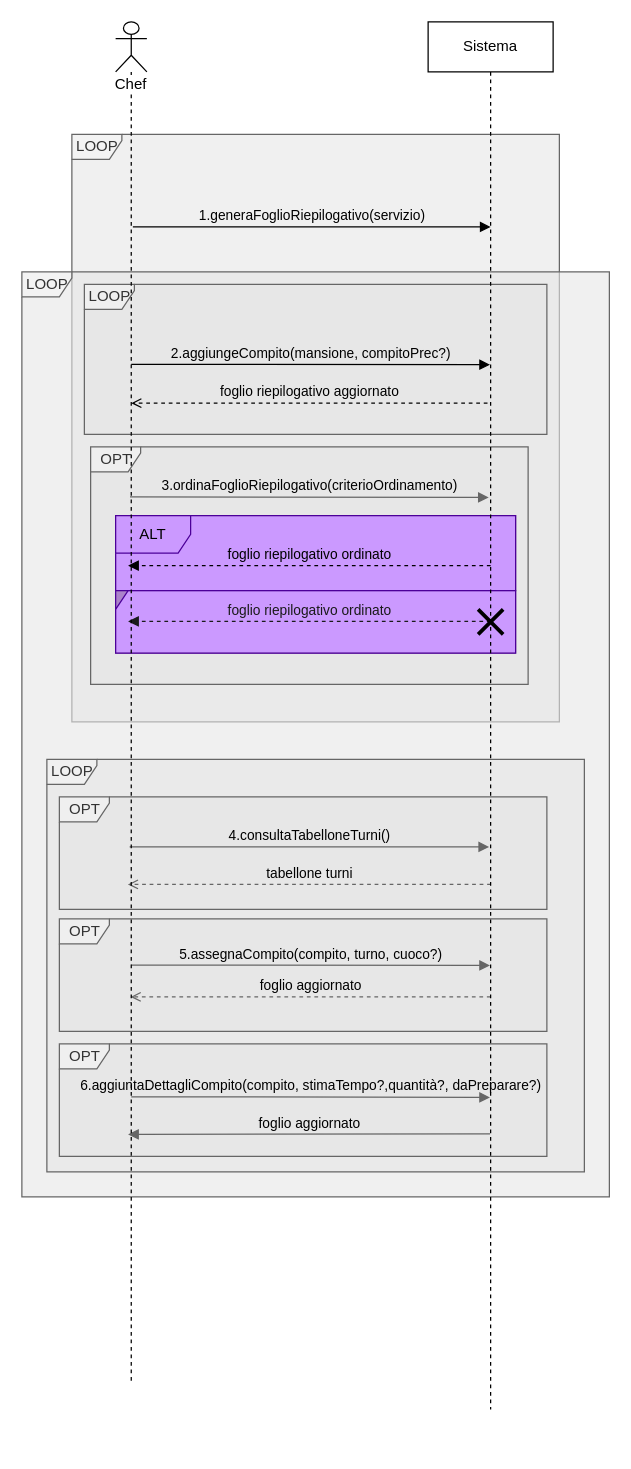
This is Modellazione_business_requisiti/SSD/SSD_estensioni_eccezioni_passo_3.drawio from Giacca01/CateRingProject, a draw.io file, before an edit. Source tidied: cells renumbered, new cells numbered last; positions are measured from the earlier drawing's top-left corner, leaving out a move shared by most shapes. Both pictures are drawn from the tidied source at 125%, with x=0, y=0 at pixel (21, 21).
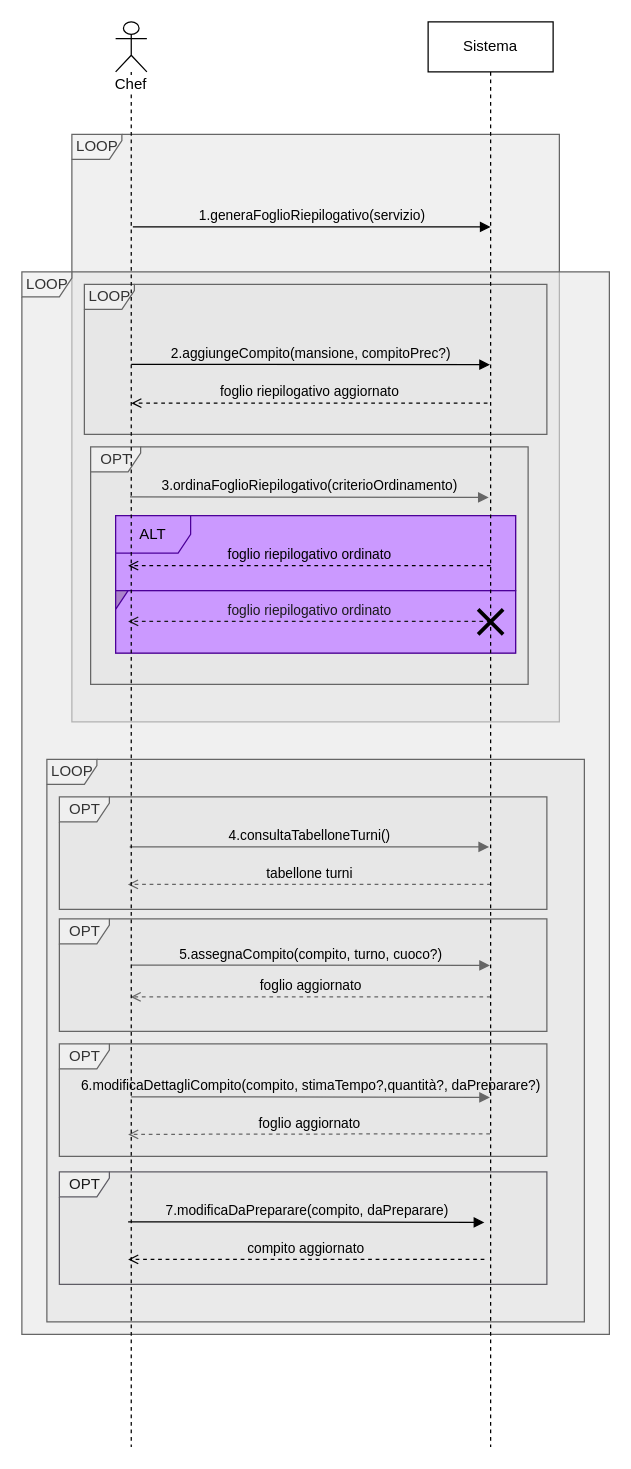
Above is the later version.

Unchanged cells that the change refers to:
```xml
<mxCell id="20" style="group;fillColor=#CC99FF;strokeColor=#9673A6;" parent="1" vertex="1">
  <mxGeometry x="75" y="395" width="320" height="110" as="geometry" />
</mxCell>
```

The edit, as a diff of the source:
```diff
@@
     <mxCell id="4" value="LOOP" style="shape=umlFrame;tabWidth=110;tabHeight=30;tabPosition=left;html=1;boundedLbl=1;labelInHeader=1;width=40;height=20;swimlaneFillColor=#E6E6E6;fillColor=#f5f5f5;strokeColor=#666666;fillOpacity=60;fontColor=#333333;" parent="1" vertex="1">
-      <mxGeometry y="200" width="470" height="740" as="geometry" />
+      <mxGeometry y="200" width="470" height="850" as="geometry" />
     </mxCell>
     <mxCell id="5" value="LOOP" style="shape=umlFrame;tabWidth=110;tabHeight=30;tabPosition=left;html=1;boundedLbl=1;labelInHeader=1;width=40;height=20;swimlaneFillColor=#E6E6E6;fillColor=#f5f5f5;strokeColor=#666666;fillOpacity=60;fontColor=#333333;" parent="1" vertex="1">
-      <mxGeometry x="20" y="590" width="430" height="330" as="geometry" />
+      <mxGeometry x="20" y="590" width="430" height="450" as="geometry" />
     </mxCell>
@@
-    <mxCell id="13" value="6.aggiuntaDettagliCompito(compito, stimaTempo?,quantità?, daPreparare?)" style="html=1;verticalAlign=bottom;endArrow=block;edgeStyle=elbowEdgeStyle;elbow=horizontal;curved=0;rounded=0;labelBackgroundColor=none;fillColor=#f5f5f5;strokeColor=#666666;" parent="1" edge="1">
+    <mxCell id="13" value="6.modificaDettagliCompito(compito, stimaTempo?,quantità?, daPreparare?)" style="html=1;verticalAlign=bottom;endArrow=block;edgeStyle=elbowEdgeStyle;elbow=horizontal;curved=0;rounded=0;labelBackgroundColor=none;fillColor=#f5f5f5;strokeColor=#666666;" parent="1" edge="1">
       <mxGeometry relative="1" as="geometry">
         <mxPoint x="87.5" y="860" as="sourcePoint" />
         <mxPoint x="374.5" y="860.4" as="targetPoint" />
         <Array as="points">
           <mxPoint x="183" y="860.4" />
         </Array>
       </mxGeometry>
     </mxCell>
-    <mxCell id="14" value="foglio aggiornato" style="html=1;verticalAlign=bottom;endArrow=block;edgeStyle=elbowEdgeStyle;elbow=vertical;curved=0;rounded=0;labelBackgroundColor=none;fillColor=#f5f5f5;strokeColor=#666666;" parent="1" edge="1">
+    <mxCell id="14" value="foglio aggiornato" style="html=1;verticalAlign=bottom;endArrow=open;edgeStyle=elbowEdgeStyle;elbow=vertical;curved=0;rounded=0;labelBackgroundColor=none;fillColor=#f5f5f5;strokeColor=#666666;endFill=0;dashed=1;" parent="1" edge="1">
       <mxGeometry relative="1" as="geometry">
         <mxPoint x="374.5" y="889.5" as="sourcePoint" />
         <mxPoint x="85" y="890" as="targetPoint" />
       </mxGeometry>
     </mxCell>
@@
-    <mxCell id="23" value="foglio riepilogativo ordinato" style="html=1;verticalAlign=bottom;endArrow=block;edgeStyle=elbowEdgeStyle;elbow=vertical;curved=0;rounded=0;labelBackgroundColor=none;dashed=1;" parent="20" edge="1">
+    <mxCell id="23" value="foglio riepilogativo ordinato" style="html=1;verticalAlign=bottom;endArrow=open;edgeStyle=elbowEdgeStyle;elbow=vertical;curved=0;rounded=0;labelBackgroundColor=none;dashed=1;endFill=0;" parent="20" edge="1">
       <mxGeometry relative="1" as="geometry">
         <mxPoint x="300" y="40" as="sourcePoint" />
         <mxPoint x="10" y="40.1" as="targetPoint" />
       </mxGeometry>
     </mxCell>
-    <mxCell id="24" value="foglio riepilogativo ordinato" style="html=1;verticalAlign=bottom;endArrow=block;edgeStyle=elbowEdgeStyle;elbow=horizontal;curved=0;rounded=0;labelBackgroundColor=none;dashed=1;strokeColor=#1A1A1A;fontColor=#1A1A1A;" parent="20" edge="1">
+    <mxCell id="24" value="foglio riepilogativo ordinato" style="html=1;verticalAlign=bottom;endArrow=open;edgeStyle=elbowEdgeStyle;elbow=horizontal;curved=0;rounded=0;labelBackgroundColor=none;dashed=1;strokeColor=#1A1A1A;fontColor=#1A1A1A;endFill=0;" parent="20" edge="1">
       <mxGeometry relative="1" as="geometry">
         <mxPoint x="300" y="84.5" as="sourcePoint" />
         <mxPoint x="10" y="84.6" as="targetPoint" />
       </mxGeometry>
     </mxCell>
@@
+    <mxCell id="28" value="OPT" style="shape=umlFrame;tabWidth=110;tabHeight=30;tabPosition=left;html=1;boundedLbl=1;labelInHeader=1;width=40;height=20;swimlaneFillColor=#E6E6E6;fillColor=#f6f5f4;strokeColor=#5e5c64;fillOpacity=60;fontColor=#1A1A1A;" parent="1" vertex="1">
+      <mxGeometry x="30" y="920" width="390" height="90" as="geometry" />
+    </mxCell>
+    <mxCell id="29" value="7.modificaDaPreparare(compito, daPreparare)" style="html=1;verticalAlign=bottom;endArrow=block;edgeStyle=elbowEdgeStyle;elbow=horizontal;curved=0;rounded=0;labelBackgroundColor=none;" parent="1" edge="1">
+      <mxGeometry relative="1" as="geometry">
+        <mxPoint x="85" y="960" as="sourcePoint" />
+        <mxPoint x="370" y="960.4" as="targetPoint" />
+        <Array as="points">
+          <mxPoint x="180.5" y="960.4" />
+        </Array>
+      </mxGeometry>
+    </mxCell>
+    <mxCell id="30" value="compito aggiornato" style="html=1;verticalAlign=bottom;endArrow=open;edgeStyle=elbowEdgeStyle;elbow=vertical;curved=0;rounded=0;labelBackgroundColor=none;endFill=0;dashed=1;" parent="1" edge="1">
+      <mxGeometry relative="1" as="geometry">
+        <mxPoint x="370" y="990" as="sourcePoint" />
+        <mxPoint x="85" y="990" as="targetPoint" />
+      </mxGeometry>
+    </mxCell>
+    <mxCell id="27" value="Sistema" style="shape=umlLifeline;perimeter=lifelinePerimeter;whiteSpace=wrap;html=1;outlineConnect=0;labelBackgroundColor=none;" parent="1" vertex="1">
+      <mxGeometry x="325" width="100" height="1140" as="geometry" />
+    </mxCell>
     <mxCell id="26" value="Chef" style="shape=umlLifeline;participant=umlActor;perimeter=lifelinePerimeter;whiteSpace=wrap;html=1;verticalAlign=top;spacingTop=36;labelBackgroundColor=default;" parent="1" vertex="1">
-      <mxGeometry x="75" width="25" height="1090" as="geometry" />
+      <mxGeometry x="75" width="25" height="1140" as="geometry" />
     </mxCell>
-    <mxCell id="27" value="Sistema" style="shape=umlLifeline;perimeter=lifelinePerimeter;whiteSpace=wrap;html=1;outlineConnect=0;labelBackgroundColor=none;" parent="1" vertex="1">
-      <mxGeometry x="325" width="100" height="1110" as="geometry" />
-    </mxCell>
```
